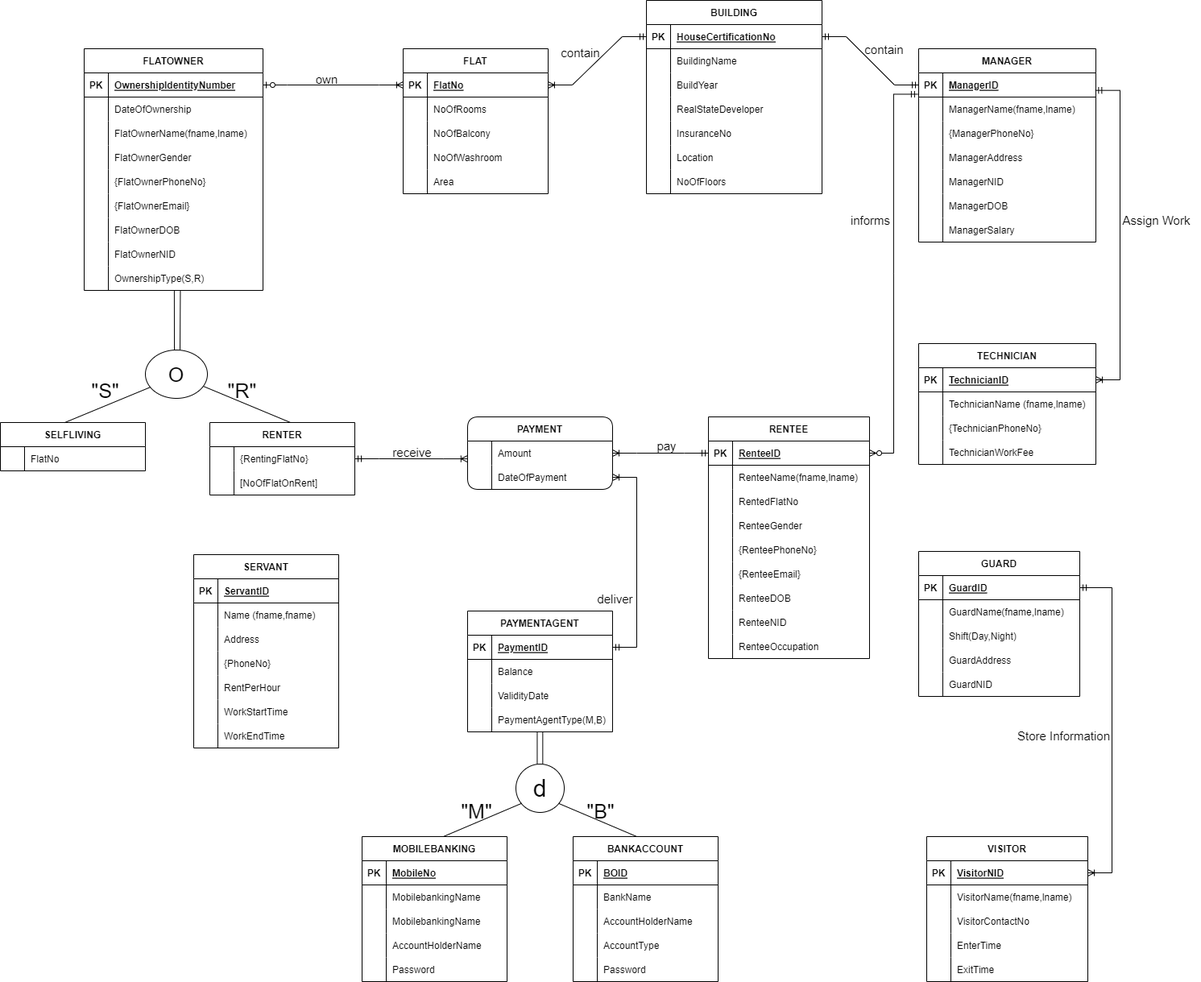
Above: EERD.png in toushifhossain1/Residential-Management-and-Monitoring-System (draw.io), before the change. Source tidied: cells renumbered, new cells last; positions are measured from the earlier drawing's top-left corner, leaving out a move shared by most shapes.
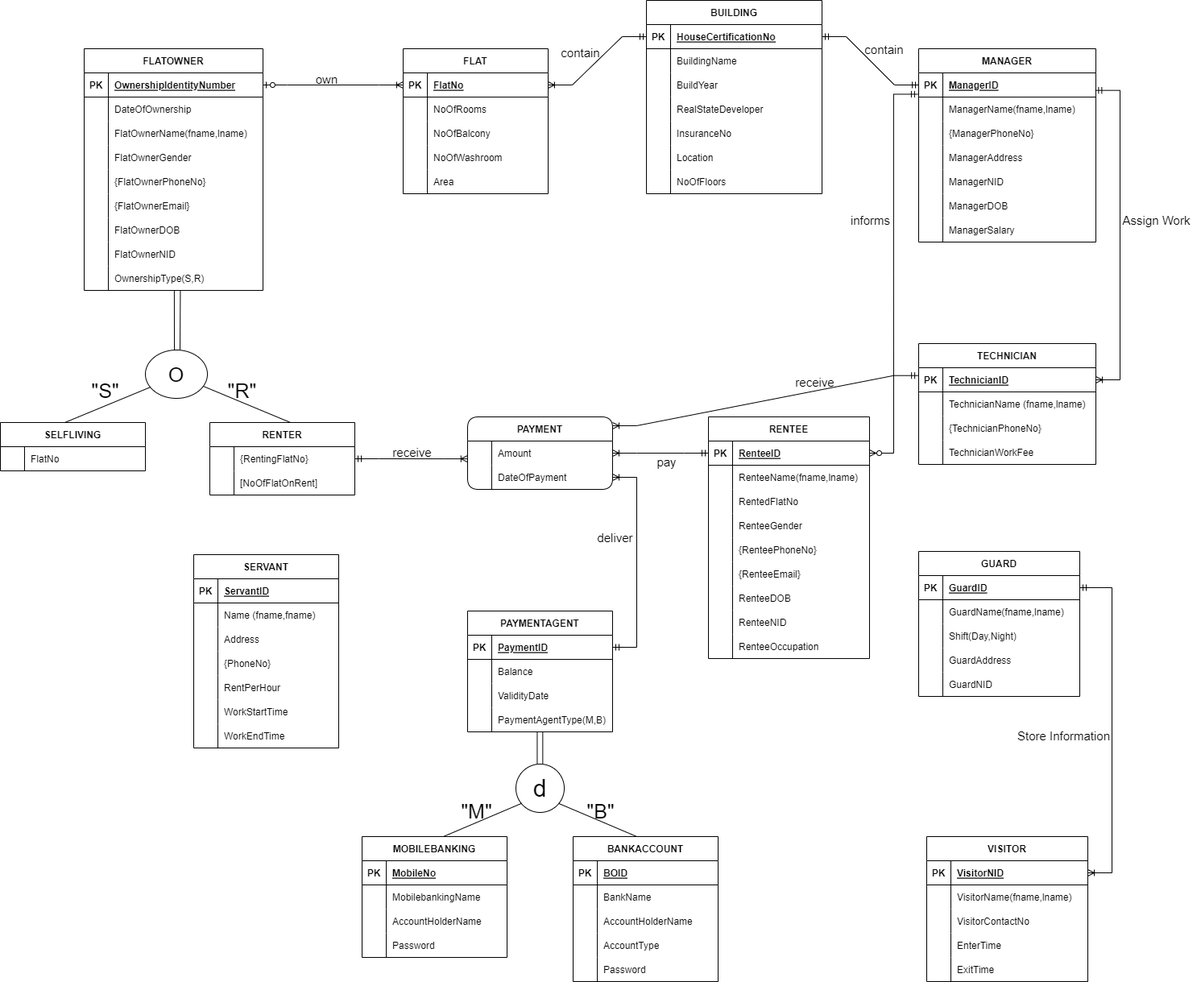
After the commit.

The edit, as a diff of the source:
```diff
@@ -571,7 +571,7 @@
       <mxGeometry x="640" y="948" width="60" height="60" as="geometry" />
     </mxCell>
     <mxCell id="188" value="MOBILEBANKING" style="shape=table;startSize=30;rowLines=0;fontStyle=1;align=center;fontSize=12;" parent="1" vertex="1">
-      <mxGeometry x="449" y="1038" width="180" height="180" as="geometry" />
+      <mxGeometry x="449" y="1038" width="180" height="150" as="geometry" />
     </mxCell>
     <mxCell id="189" style="shape=tableRow;horizontal=0;startSize=0;swimlaneHead=0;swimlaneBody=0;fillColor=none;top=0;left=0;right=0;bottom=1;fontSize=12;" parent="188" vertex="1">
       <mxGeometry y="30" width="180" height="30" as="geometry" />
@@ -591,17 +591,8 @@
     <mxCell id="194" value="MobilebankingName" style="shape=partialRectangle;fillColor=none;top=0;left=0;bottom=0;right=0;align=left;spacingLeft=6;overflow=hidden;fontSize=12;" parent="192" vertex="1">
       <mxGeometry x="30" width="150" height="30" as="geometry" />
     </mxCell>
-    <mxCell id="195" style="shape=tableRow;horizontal=0;startSize=0;swimlaneHead=0;swimlaneBody=0;fillColor=none;top=0;left=0;right=0;bottom=0;fontSize=12;" parent="188" vertex="1">
-      <mxGeometry y="90" width="180" height="30" as="geometry" />
-    </mxCell>
-    <mxCell id="196" style="shape=partialRectangle;fillColor=none;top=0;left=0;bottom=0;right=0;overflow=hidden;fontSize=12;" parent="195" vertex="1">
-      <mxGeometry width="30" height="30" as="geometry" />
-    </mxCell>
-    <mxCell id="197" value="MobilebankingName" style="shape=partialRectangle;fillColor=none;top=0;left=0;bottom=0;right=0;align=left;spacingLeft=6;overflow=hidden;fontSize=12;" parent="195" vertex="1">
-      <mxGeometry x="30" width="150" height="30" as="geometry" />
-    </mxCell>
     <mxCell id="198" style="shape=tableRow;horizontal=0;startSize=0;swimlaneHead=0;swimlaneBody=0;fillColor=none;top=0;left=0;right=0;bottom=0;fontSize=12;" parent="188" vertex="1">
-      <mxGeometry y="120" width="180" height="30" as="geometry" />
+      <mxGeometry y="90" width="180" height="30" as="geometry" />
     </mxCell>
     <mxCell id="199" style="shape=partialRectangle;fillColor=none;top=0;left=0;bottom=0;right=0;overflow=hidden;fontSize=12;" parent="198" vertex="1">
       <mxGeometry width="30" height="30" as="geometry" />
@@ -610,7 +601,7 @@
       <mxGeometry x="30" width="150" height="30" as="geometry" />
     </mxCell>
     <mxCell id="201" style="shape=tableRow;horizontal=0;startSize=0;swimlaneHead=0;swimlaneBody=0;fillColor=none;top=0;left=0;right=0;bottom=0;fontSize=12;" parent="188" vertex="1">
-      <mxGeometry y="150" width="180" height="30" as="geometry" />
+      <mxGeometry y="120" width="180" height="30" as="geometry" />
     </mxCell>
     <mxCell id="202" style="shape=partialRectangle;fillColor=none;top=0;left=0;bottom=0;right=0;overflow=hidden;fontSize=12;" parent="201" vertex="1">
       <mxGeometry width="30" height="30" as="geometry" />
@@ -690,17 +681,17 @@
     <mxCell id="227" value="&lt;font style=&quot;font-size: 15px;&quot;&gt;receive&lt;/font&gt;" style="text;html=1;align=center;verticalAlign=middle;strokeColor=none;fillColor=none;fontSize=12;" parent="1" vertex="1">
       <mxGeometry x="476" y="546" width="70" height="30" as="geometry" />
     </mxCell>
-    <mxCell id="228" style="edgeStyle=entityRelationEdgeStyle;fontSize=12;html=1;endArrow=ERoneToMany;startArrow=ERmandOne;rounded=0;" parent="1" edge="1" source="30" target="10">
+    <mxCell id="228" style="edgeStyle=entityRelationEdgeStyle;fontSize=12;html=1;endArrow=ERoneToMany;startArrow=ERmandOne;rounded=0;entryX=1;entryY=0.5;entryDx=0;entryDy=0;exitX=0;exitY=0.5;exitDx=0;exitDy=0;" parent="1" edge="1" source="30" target="10">
       <mxGeometry relative="1" as="geometry" />
     </mxCell>
     <mxCell id="229" value="&lt;font style=&quot;font-size: 15px;&quot;&gt;pay&lt;/font&gt;" style="text;html=1;align=center;verticalAlign=middle;strokeColor=none;fillColor=none;fontSize=12;" parent="1" vertex="1">
-      <mxGeometry x="802" y="538" width="50" height="30" as="geometry" />
+      <mxGeometry x="802" y="558" width="50" height="30" as="geometry" />
     </mxCell>
     <mxCell id="230" style="edgeStyle=entityRelationEdgeStyle;fontSize=12;html=1;endArrow=ERoneToMany;startArrow=ERmandOne;rounded=0;exitX=1;exitY=0.5;exitDx=0;exitDy=0;entryX=1;entryY=0.5;entryDx=0;entryDy=0;" parent="1" edge="1" source="17" target="13">
       <mxGeometry relative="1" as="geometry" />
     </mxCell>
     <mxCell id="231" value="&lt;font style=&quot;font-size: 15px;&quot;&gt;deliver&lt;/font&gt;" style="text;html=1;align=center;verticalAlign=middle;strokeColor=none;fillColor=none;fontSize=12;" parent="1" vertex="1">
-      <mxGeometry x="728" y="728" width="70" height="30" as="geometry" />
+      <mxGeometry x="728" y="652" width="70" height="30" as="geometry" />
     </mxCell>
     <mxCell id="232" value="BUILDING" style="shape=table;startSize=30;rowLines=0;fontStyle=1;align=center;rounded=0;fontSize=12;" parent="1" vertex="1">
       <mxGeometry x="802" width="218" height="240" as="geometry" />
@@ -846,5 +837,11 @@
     <mxCell id="279" value="&lt;font style=&quot;font-size: 15px;&quot;&gt;Assign Work&lt;/font&gt;" style="text;html=1;align=center;verticalAlign=middle;strokeColor=none;fillColor=none;fontSize=12;" parent="1" vertex="1">
       <mxGeometry x="1380" y="258" width="110" height="30" as="geometry" />
     </mxCell>
+    <mxCell id="280" style="edgeStyle=entityRelationEdgeStyle;fontSize=12;html=1;endArrow=ERoneToMany;startArrow=ERmandOne;rounded=0;exitX=-0.004;exitY=0.324;exitDx=0;exitDy=0;exitPerimeter=0;entryX=1;entryY=0.122;entryDx=0;entryDy=0;entryPerimeter=0;" parent="1" edge="1" source="135" target="9">
+      <mxGeometry relative="1" as="geometry" />
+    </mxCell>
+    <mxCell id="281" value="receive" style="text;html=1;align=center;verticalAlign=middle;strokeColor=none;fillColor=none;fontSize=15;" parent="1" vertex="1">
+      <mxGeometry x="976" y="459" width="70" height="30" as="geometry" />
+    </mxCell>
   </root>
 </mxGraphModel>
```
